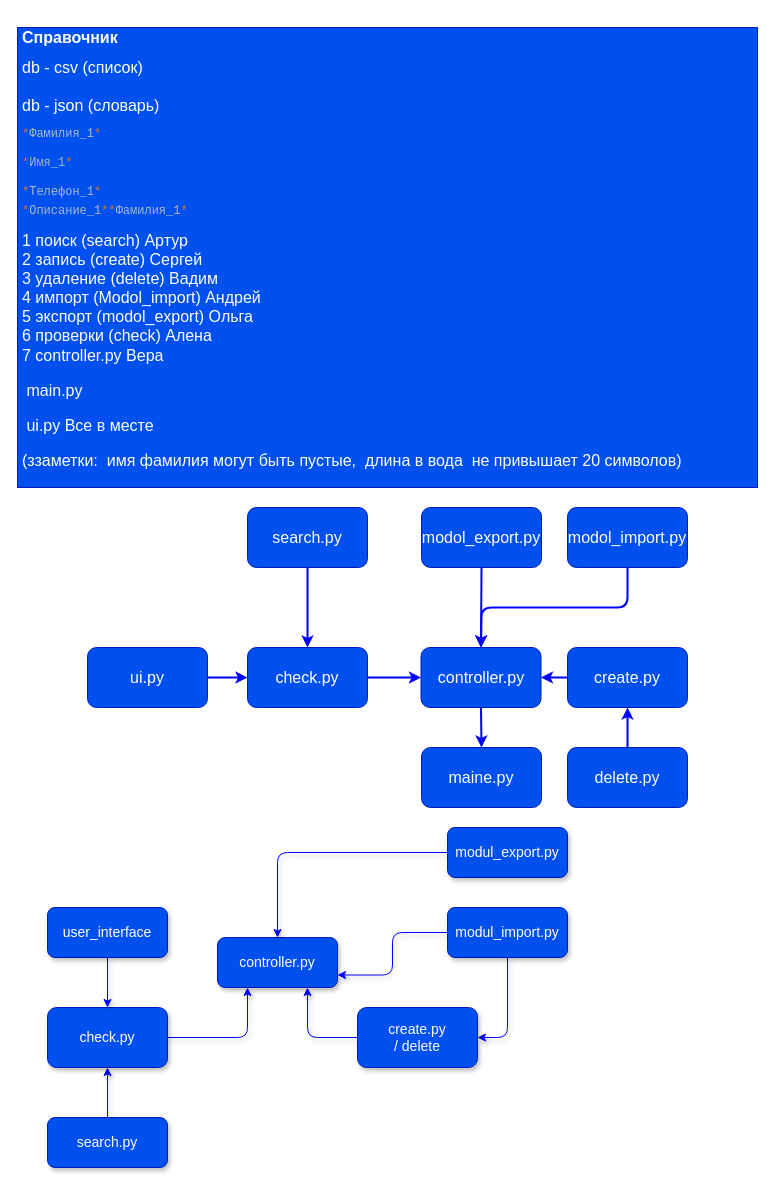
Above: Spravochnik.drawio in ivm99/My_phonebook (draw.io), before the change. Source tidied: cells renumbered, new cells numbered last; positions are measured from the earlier drawing's top-left corner, leaving out a move shared by most shapes. Both pictures are drawn from the tidied source at 100%, with x=0, y=0 at pixel (17, 27).
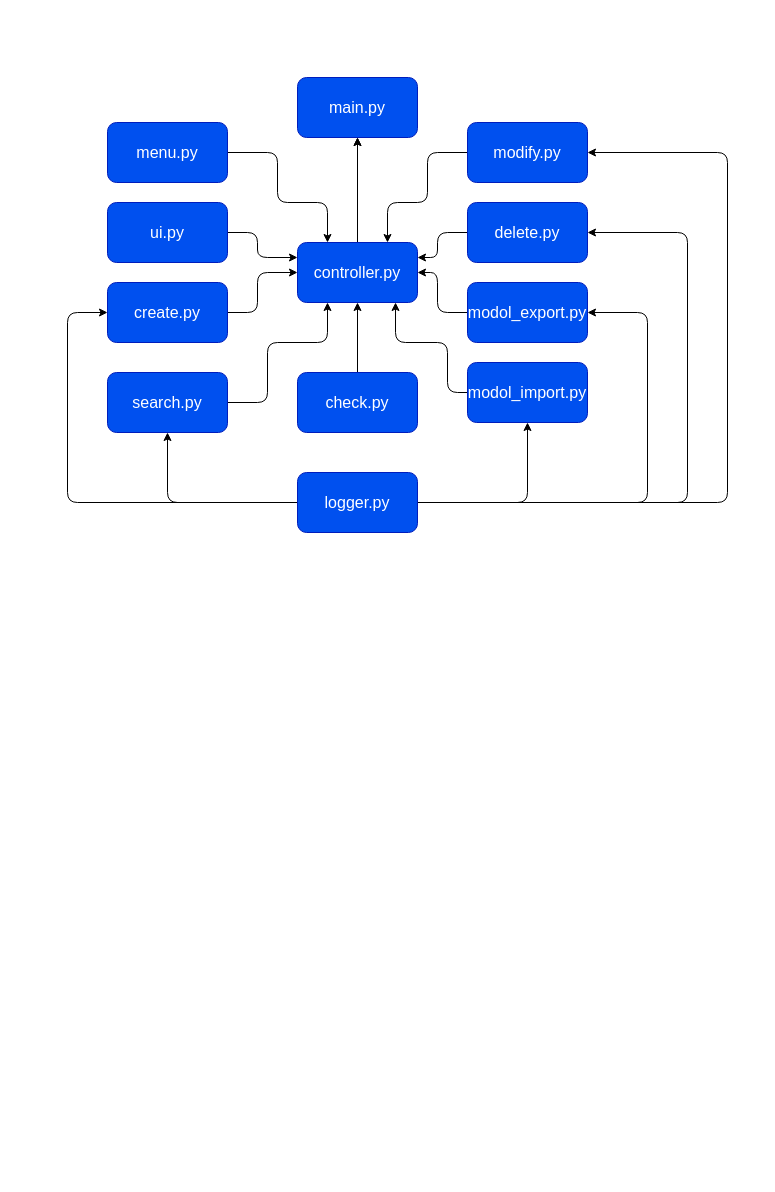
The same page after the edit.

Commit message (it also covers changes not shown here):
Обновлена диаграмма проекта

Change to the diagram source:
```diff
@@
-    <mxCell id="2" value="&lt;h1 style=&quot;font-size: 16px&quot;&gt;&lt;font style=&quot;font-size: 16px&quot;&gt;Справочник&lt;/font&gt;&lt;/h1&gt;&lt;div&gt;&lt;font style=&quot;font-size: 16px&quot;&gt;db - csv (список)&lt;/font&gt;&lt;/div&gt;&lt;div&gt;&lt;font style=&quot;font-size: 16px&quot;&gt;&lt;br&gt;&lt;/font&gt;&lt;/div&gt;&lt;div&gt;&lt;font style=&quot;font-size: 16px&quot;&gt;db - json (словарь)&amp;nbsp;&lt;/font&gt;&lt;/div&gt;&lt;pre style=&quot;color: rgb(169 , 183 , 198) ; font-family: &amp;#34;jetbrains mono&amp;#34; , monospace&quot;&gt;&lt;span style=&quot;color: #cc7832&quot;&gt;*&lt;/span&gt;Фамилия_1&lt;span style=&quot;color: #cc7832&quot;&gt;*&lt;br&gt;&lt;/span&gt;&lt;span style=&quot;color: #cc7832&quot;&gt;&lt;br&gt;&lt;/span&gt;&lt;span style=&quot;color: #cc7832&quot;&gt;*&lt;/span&gt;Имя_1&lt;span style=&quot;color: #cc7832&quot;&gt;*&lt;br&gt;&lt;/span&gt;&lt;span style=&quot;color: #cc7832&quot;&gt;&lt;br&gt;&lt;/span&gt;&lt;span style=&quot;color: #cc7832&quot;&gt;*&lt;/span&gt;Телефон_1&lt;span style=&quot;color: #cc7832&quot;&gt;*&lt;br&gt;&lt;/span&gt;&lt;font style=&quot;color: rgb(240 , 240 , 240) ; font-family: &amp;#34;helvetica&amp;#34; ; white-space: normal ; font-size: 16px&quot;&gt;&lt;span style=&quot;font-family: &amp;#34;jetbrains mono&amp;#34; , monospace ; font-size: 12px ; color: rgb(204 , 120 , 50)&quot;&gt;*&lt;/span&gt;&lt;span style=&quot;color: rgb(169 , 183 , 198) ; font-family: &amp;#34;jetbrains mono&amp;#34; , monospace ; font-size: 12px&quot;&gt;Описание_1&lt;/span&gt;&lt;span style=&quot;font-family: &amp;#34;jetbrains mono&amp;#34; , monospace ; font-size: 12px ; color: rgb(204 , 120 , 50)&quot;&gt;*&lt;/span&gt;&lt;/font&gt;&lt;span style=&quot;white-space: normal ; color: rgb(204 , 120 , 50)&quot;&gt;*&lt;/span&gt;&lt;span style=&quot;white-space: normal&quot;&gt;Фамилия_1&lt;/span&gt;&lt;span style=&quot;white-space: normal ; color: rgb(204 , 120 , 50)&quot;&gt;*&lt;/span&gt;&lt;/pre&gt;&lt;div&gt;&lt;font style=&quot;font-size: 16px&quot;&gt;1 поиск (search) Артур&lt;/font&gt;&lt;/div&gt;&lt;div&gt;&lt;font style=&quot;font-size: 16px&quot;&gt;2 запись (create) Сергей&lt;/font&gt;&lt;/div&gt;&lt;div&gt;&lt;font style=&quot;font-size: 16px&quot;&gt;3 удаление (delete) Вадим&lt;/font&gt;&lt;/div&gt;&lt;div&gt;&lt;font style=&quot;font-size: 16px&quot;&gt;4 импорт (Modol_import) Андрей&lt;/font&gt;&lt;/div&gt;&lt;div&gt;&lt;font style=&quot;font-size: 16px&quot;&gt;5 экспорт (modol_export) Ольга&lt;/font&gt;&lt;/div&gt;&lt;div&gt;&lt;font style=&quot;font-size: 16px&quot;&gt;6 проверки (check) Алена&lt;/font&gt;&lt;/div&gt;&lt;div&gt;&lt;font style=&quot;font-size: 16px&quot;&gt;7&lt;/font&gt;&lt;span style=&quot;font-size: 16px&quot;&gt;&amp;nbsp;controller.py Вера&lt;/span&gt;&lt;/div&gt;&lt;p style=&quot;font-size: 16px&quot;&gt;&lt;font style=&quot;font-size: 16px&quot;&gt;&amp;nbsp;main.py&amp;nbsp;&lt;/font&gt;&lt;/p&gt;&lt;p style=&quot;font-size: 16px&quot;&gt;&lt;font style=&quot;font-size: 16px&quot;&gt;&amp;nbsp;ui.py Все в месте&lt;/font&gt;&lt;/p&gt;&lt;p style=&quot;font-size: 16px&quot;&gt;&lt;span&gt;(ззаметки:&amp;nbsp; имя фамилия могут быть пустые,&amp;nbsp; длина в вода&amp;nbsp; не привышает 20 символов)&lt;/span&gt;&lt;br&gt;&lt;/p&gt;" style="text;html=1;strokeColor=#001DBC;fillColor=#0050ef;spacing=5;spacingTop=-20;whiteSpace=wrap;overflow=hidden;rounded=0;fontColor=#ffffff;" parent="1" vertex="1">
-      <mxGeometry width="740" height="460" as="geometry" />
-    </mxCell>
-    <mxCell id="3" style="edgeStyle=none;html=1;exitX=0.5;exitY=1;exitDx=0;exitDy=0;entryX=0.5;entryY=0;entryDx=0;entryDy=0;strokeColor=#FFFFFF;strokeWidth=2;" parent="1" edge="1" source="4" target="14">
-      <mxGeometry relative="1" as="geometry" />
-    </mxCell>
+    <mxCell id="39" style="edgeStyle=none;html=1;exitX=1;exitY=0.5;exitDx=0;exitDy=0;entryX=0.25;entryY=1;entryDx=0;entryDy=0;strokeColor=#000000;" parent="1" edge="1" source="4" target="16">
+      <mxGeometry relative="1" as="geometry">
+        <Array as="points">
+          <mxPoint x="250" y="375" />
+          <mxPoint x="250" y="315" />
+          <mxPoint x="310" y="315" />
+        </Array>
+      </mxGeometry>
+    </mxCell>
     <mxCell id="4" value="search.py" style="rounded=1;whiteSpace=wrap;html=1;fontSize=16;fillColor=#0050ef;fontColor=#FFFFFF;strokeColor=#001DBC;" parent="1" vertex="1">
-      <mxGeometry x="230" y="480" width="120" height="60" as="geometry" />
+      <mxGeometry x="90" y="345" width="120" height="60" as="geometry" />
     </mxCell>
@@
+    <mxCell id="40" style="edgeStyle=none;html=1;exitX=1;exitY=0.5;exitDx=0;exitDy=0;entryX=0;entryY=0.5;entryDx=0;entryDy=0;strokeColor=#000000;" parent="1" edge="1" source="6" target="16">
+      <mxGeometry relative="1" as="geometry">
+        <Array as="points">
+          <mxPoint x="240" y="285" />
+          <mxPoint x="240" y="245" />
+        </Array>
+      </mxGeometry>
+    </mxCell>
     <mxCell id="6" value="create.py" style="rounded=1;whiteSpace=wrap;html=1;fontSize=16;fillColor=#0050ef;fontColor=#FFFFFF;strokeColor=#001DBC;" parent="1" vertex="1">
-      <mxGeometry x="550" y="620" width="120" height="60" as="geometry" />
+      <mxGeometry x="90" y="255" width="120" height="60" as="geometry" />
     </mxCell>
-    <mxCell id="7" style="edgeStyle=none;html=1;exitX=0.5;exitY=0;exitDx=0;exitDy=0;entryX=0.5;entryY=1;entryDx=0;entryDy=0;strokeColor=#0000FF;strokeWidth=2;" parent="1" edge="1" source="8" target="6">
-      <mxGeometry relative="1" as="geometry" />
-    </mxCell>
+    <mxCell id="41" style="edgeStyle=none;html=1;exitX=0;exitY=0.5;exitDx=0;exitDy=0;entryX=1;entryY=0.25;entryDx=0;entryDy=0;strokeColor=#000000;" parent="1" edge="1" source="8" target="16">
+      <mxGeometry relative="1" as="geometry">
+        <Array as="points">
+          <mxPoint x="420" y="205" />
+          <mxPoint x="420" y="230" />
+        </Array>
+      </mxGeometry>
+    </mxCell>
     <mxCell id="8" value="delete.py" style="rounded=1;whiteSpace=wrap;html=1;fontSize=16;fillColor=#0050ef;fontColor=#FFFFFF;strokeColor=#001DBC;" parent="1" vertex="1">
-      <mxGeometry x="550" y="720" width="120" height="60" as="geometry" />
+      <mxGeometry x="450" y="175" width="120" height="60" as="geometry" />
     </mxCell>
-    <mxCell id="9" style="edgeStyle=none;html=1;exitX=0.5;exitY=1;exitDx=0;exitDy=0;entryX=0.5;entryY=0;entryDx=0;entryDy=0;strokeColor=#FFFFFF;strokeWidth=2;" parent="1" edge="1" source="10" target="16">
+    <mxCell id="9" style="edgeStyle=none;html=1;exitX=0;exitY=0.5;exitDx=0;exitDy=0;entryX=0.817;entryY=1;entryDx=0;entryDy=0;strokeColor=#000000;entryPerimeter=0;" parent="1" edge="1" source="10" target="16">
       <mxGeometry relative="1" as="geometry">
         <Array as="points">
-          <mxPoint x="610" y="580" />
-          <mxPoint x="464" y="580" />
+          <mxPoint x="430" y="365" />
+          <mxPoint x="430" y="315" />
+          <mxPoint x="378" y="315" />
         </Array>
       </mxGeometry>
     </mxCell>
     <mxCell id="10" value="modol_import.py" style="rounded=1;whiteSpace=wrap;html=1;fontSize=16;fillColor=#0050ef;fontColor=#FFFFFF;strokeColor=#001DBC;" parent="1" vertex="1">
-      <mxGeometry x="550" y="480" width="120" height="60" as="geometry" />
+      <mxGeometry x="450" y="335" width="120" height="60" as="geometry" />
     </mxCell>
-    <mxCell id="11" style="edgeStyle=none;html=1;exitX=0.5;exitY=1;exitDx=0;exitDy=0;entryX=0.5;entryY=0;entryDx=0;entryDy=0;strokeColor=#FFFFFF;strokeWidth=2;" parent="1" edge="1" source="12" target="16">
-      <mxGeometry relative="1" as="geometry" />
+    <mxCell id="11" style="edgeStyle=none;html=1;exitX=0;exitY=0.5;exitDx=0;exitDy=0;entryX=1;entryY=0.5;entryDx=0;entryDy=0;strokeColor=#000000;" parent="1" edge="1" source="12" target="16">
+      <mxGeometry relative="1" as="geometry">
+        <Array as="points">
+          <mxPoint x="420" y="285" />
+          <mxPoint x="420" y="245" />
+        </Array>
+      </mxGeometry>
     </mxCell>
     <mxCell id="12" value="modol_export.py" style="rounded=1;whiteSpace=wrap;html=1;fontSize=16;fillColor=#0050ef;fontColor=#FFFFFF;strokeColor=#001DBC;" parent="1" vertex="1">
-      <mxGeometry x="404" y="480" width="120" height="60" as="geometry" />
+      <mxGeometry x="450" y="255" width="120" height="60" as="geometry" />
     </mxCell>
-    <mxCell id="13" style="edgeStyle=none;html=1;exitX=1;exitY=0.5;exitDx=0;exitDy=0;entryX=0;entryY=0.5;entryDx=0;entryDy=0;strokeColor=#FFFFFF;strokeWidth=2;" parent="1" edge="1" source="14" target="16">
+    <mxCell id="13" style="edgeStyle=none;html=1;exitX=0.5;exitY=0;exitDx=0;exitDy=0;entryX=0.5;entryY=1;entryDx=0;entryDy=0;strokeColor=#000000;" parent="1" edge="1" source="14" target="16">
       <mxGeometry relative="1" as="geometry" />
     </mxCell>
     <mxCell id="14" value="check.py" style="rounded=1;whiteSpace=wrap;html=1;fontSize=16;fillColor=#0050ef;fontColor=#FFFFFF;strokeColor=#001DBC;" parent="1" vertex="1">
-      <mxGeometry x="230" y="620" width="120" height="60" as="geometry" />
+      <mxGeometry x="280" y="345" width="120" height="60" as="geometry" />
     </mxCell>
-    <mxCell id="15" style="edgeStyle=none;html=1;exitX=0.5;exitY=1;exitDx=0;exitDy=0;entryX=0.5;entryY=0;entryDx=0;entryDy=0;strokeColor=#0000FF;strokeWidth=2;" parent="1" edge="1" source="16" target="17">
-      <mxGeometry relative="1" as="geometry" />
-    </mxCell>
+    <mxCell id="42" style="edgeStyle=none;html=1;entryX=0.5;entryY=1;entryDx=0;entryDy=0;" parent="1" edge="1" source="16" target="17">
+      <mxGeometry relative="1" as="geometry" />
+    </mxCell>
+    <mxCell id="43" style="edgeStyle=none;html=1;exitX=0.5;exitY=0;exitDx=0;exitDy=0;entryX=0.5;entryY=1;entryDx=0;entryDy=0;strokeColor=#000000;" parent="1" edge="1" source="16" target="17">
+      <mxGeometry relative="1" as="geometry" />
+    </mxCell>
     <mxCell id="16" value="controller.py" style="rounded=1;whiteSpace=wrap;html=1;fontSize=16;fillColor=#0050ef;fontColor=#FFFFFF;strokeColor=#001DBC;" parent="1" vertex="1">
-      <mxGeometry x="403.5" y="620" width="120" height="60" as="geometry" />
+      <mxGeometry x="280" y="215" width="120" height="60" as="geometry" />
     </mxCell>
-    <mxCell id="17" value="maine.py" style="rounded=1;whiteSpace=wrap;html=1;fontSize=16;fillColor=#0050ef;fontColor=#FFFFFF;strokeColor=#001DBC;" parent="1" vertex="1">
-      <mxGeometry x="404" y="720" width="120" height="60" as="geometry" />
+    <mxCell id="17" value="main.py" style="rounded=1;whiteSpace=wrap;html=1;fontSize=16;fillColor=#0050ef;fontColor=#FFFFFF;strokeColor=#001DBC;" parent="1" vertex="1">
+      <mxGeometry x="280" y="50" width="120" height="60" as="geometry" />
     </mxCell>
-    <mxCell id="18" style="edgeStyle=none;html=1;exitX=1;exitY=0.5;exitDx=0;exitDy=0;strokeColor=#0000FF;strokeWidth=2;" parent="1" edge="1" source="19" target="14">
-      <mxGeometry relative="1" as="geometry" />
-    </mxCell>
+    <mxCell id="44" style="edgeStyle=none;html=1;exitX=1;exitY=0.5;exitDx=0;exitDy=0;entryX=0;entryY=0.25;entryDx=0;entryDy=0;strokeColor=#000000;" parent="1" edge="1" source="19" target="16">
+      <mxGeometry relative="1" as="geometry">
+        <Array as="points">
+          <mxPoint x="240" y="205" />
+          <mxPoint x="240" y="230" />
+        </Array>
+      </mxGeometry>
+    </mxCell>
     <mxCell id="19" value="ui.py" style="rounded=1;whiteSpace=wrap;html=1;fontSize=16;fillColor=#0050ef;fontColor=#FFFFFF;strokeColor=#001DBC;" parent="1" vertex="1">
-      <mxGeometry x="70" y="620" width="120" height="60" as="geometry" />
+      <mxGeometry x="90" y="175" width="120" height="60" as="geometry" />
     </mxCell>
-    <mxCell id="20" value="controller.py" style="rounded=1;whiteSpace=wrap;html=1;fillColor=#0050ef;fontColor=#FFFFFF;strokeColor=#001DBC;fontSize=14;shadow=1;sketch=0;" parent="1" vertex="1">
-      <mxGeometry x="200" y="910" width="120" height="50" as="geometry" />
-    </mxCell>
-    <mxCell id="21" style="edgeStyle=orthogonalEdgeStyle;rounded=1;jettySize=auto;html=1;entryX=0.5;entryY=1;entryDx=0;entryDy=0;fontColor=#FFFFFF;fillColor=#0050ef;strokeColor=#0000FF;fontSize=14;shadow=1;sketch=0;" parent="1" edge="1" source="22" target="24">
-      <mxGeometry relative="1" as="geometry" />
-    </mxCell>
-    <mxCell id="22" value="search.py" style="rounded=1;whiteSpace=wrap;html=1;fillColor=#0050ef;fontColor=#FFFFFF;strokeColor=#001DBC;fontSize=14;shadow=1;sketch=0;" parent="1" vertex="1">
-      <mxGeometry x="30" y="1090" width="120" height="50" as="geometry" />
-    </mxCell>
-    <mxCell id="23" style="edgeStyle=orthogonalEdgeStyle;rounded=1;jettySize=auto;html=1;entryX=0.25;entryY=1;entryDx=0;entryDy=0;fontColor=#FFFFFF;fillColor=#0050ef;strokeColor=#0000FF;fontSize=14;shadow=1;sketch=0;" parent="1" edge="1" source="24" target="20">
-      <mxGeometry relative="1" as="geometry" />
-    </mxCell>
-    <mxCell id="24" value="&lt;font style=&quot;font-size: 14px;&quot;&gt;check.py&lt;/font&gt;" style="rounded=1;whiteSpace=wrap;html=1;fontColor=#FFFFFF;fillColor=#0050ef;strokeColor=#001DBC;fontSize=14;shadow=1;sketch=0;" parent="1" vertex="1">
-      <mxGeometry x="30" y="980" width="120" height="60" as="geometry" />
-    </mxCell>
-    <mxCell id="25" style="edgeStyle=orthogonalEdgeStyle;rounded=1;jettySize=auto;html=1;entryX=0.5;entryY=0;entryDx=0;entryDy=0;fontColor=#FFFFFF;fillColor=#0050ef;strokeColor=#0000FF;fontSize=14;shadow=1;sketch=0;" parent="1" edge="1" source="26" target="24">
-      <mxGeometry relative="1" as="geometry" />
-    </mxCell>
-    <mxCell id="26" value="user_interface" style="rounded=1;whiteSpace=wrap;html=1;fontColor=#FFFFFF;fillColor=#0050ef;strokeColor=#001DBC;fontSize=14;shadow=1;sketch=0;" parent="1" vertex="1">
-      <mxGeometry x="30" y="880" width="120" height="50" as="geometry" />
-    </mxCell>
-    <mxCell id="27" style="edgeStyle=orthogonalEdgeStyle;rounded=1;jettySize=auto;html=1;entryX=1;entryY=0.75;entryDx=0;entryDy=0;fontColor=#FFFFFF;fillColor=#0050ef;strokeColor=#0000FF;fontSize=14;shadow=1;sketch=0;" parent="1" edge="1" source="29" target="20">
-      <mxGeometry relative="1" as="geometry" />
-    </mxCell>
-    <mxCell id="28" style="edgeStyle=orthogonalEdgeStyle;rounded=1;jettySize=auto;html=1;entryX=1;entryY=0.5;entryDx=0;entryDy=0;fontColor=#FFFFFF;fillColor=#0050ef;strokeColor=#0000FF;fontSize=14;shadow=1;sketch=0;" parent="1" edge="1" source="29" target="33">
-      <mxGeometry relative="1" as="geometry" />
-    </mxCell>
-    <mxCell id="29" value="modul_import.py" style="rounded=1;whiteSpace=wrap;html=1;fontColor=#FFFFFF;fillColor=#0050ef;strokeColor=#001DBC;fontSize=14;shadow=1;sketch=0;" parent="1" vertex="1">
-      <mxGeometry x="430" y="880" width="120" height="50" as="geometry" />
-    </mxCell>
-    <mxCell id="30" style="edgeStyle=orthogonalEdgeStyle;rounded=1;jettySize=auto;html=1;exitX=0;exitY=0.5;exitDx=0;exitDy=0;entryX=0.5;entryY=0;entryDx=0;entryDy=0;fontColor=#FFFFFF;fillColor=#0050ef;strokeColor=#0000FF;fontSize=14;shadow=1;sketch=0;" parent="1" edge="1" source="31" target="20">
-      <mxGeometry relative="1" as="geometry" />
-    </mxCell>
-    <mxCell id="31" value="modul_export.py" style="rounded=1;whiteSpace=wrap;html=1;fontColor=#FFFFFF;fillColor=#0050ef;strokeColor=#001DBC;fontSize=14;shadow=1;sketch=0;" parent="1" vertex="1">
-      <mxGeometry x="430" y="800" width="120" height="50" as="geometry" />
-    </mxCell>
-    <mxCell id="32" style="edgeStyle=orthogonalEdgeStyle;rounded=1;jettySize=auto;html=1;entryX=0.75;entryY=1;entryDx=0;entryDy=0;fontColor=#FFFFFF;fillColor=#0050ef;strokeColor=#0000FF;fontSize=14;shadow=1;sketch=0;" parent="1" edge="1" source="33" target="20">
-      <mxGeometry relative="1" as="geometry" />
-    </mxCell>
-    <mxCell id="33" value="create.py&lt;br style=&quot;font-size: 14px;&quot;&gt;/ delete" style="rounded=1;whiteSpace=wrap;html=1;fontColor=#FFFFFF;fillColor=#0050ef;strokeColor=#001DBC;fontSize=14;shadow=1;sketch=0;" parent="1" vertex="1">
-      <mxGeometry x="340" y="980" width="120" height="60" as="geometry" />
-    </mxCell>
-    <mxCell id="34" style="edgeStyle=none;html=1;exitX=0.5;exitY=1;exitDx=0;exitDy=0;entryX=0.5;entryY=0;entryDx=0;entryDy=0;strokeColor=#0000FF;strokeWidth=2;" parent="1" edge="1">
-      <mxGeometry relative="1" as="geometry">
-        <mxPoint x="290" y="540" as="sourcePoint" />
-        <mxPoint x="290" y="620" as="targetPoint" />
-      </mxGeometry>
-    </mxCell>
-    <mxCell id="35" style="edgeStyle=none;html=1;exitX=0.5;exitY=1;exitDx=0;exitDy=0;entryX=0.5;entryY=0;entryDx=0;entryDy=0;strokeColor=#0000FF;strokeWidth=2;" parent="1" edge="1">
-      <mxGeometry relative="1" as="geometry">
-        <mxPoint x="464" y="540" as="sourcePoint" />
-        <mxPoint x="463.5" y="620" as="targetPoint" />
-      </mxGeometry>
-    </mxCell>
-    <mxCell id="36" style="edgeStyle=none;html=1;exitX=0.5;exitY=1;exitDx=0;exitDy=0;entryX=0.5;entryY=0;entryDx=0;entryDy=0;strokeColor=#0000FF;strokeWidth=2;" parent="1" edge="1">
-      <mxGeometry relative="1" as="geometry">
-        <mxPoint x="610" y="540" as="sourcePoint" />
-        <mxPoint x="463.5" y="620" as="targetPoint" />
-        <Array as="points">
-          <mxPoint x="610" y="580" />
-          <mxPoint x="464" y="580" />
-        </Array>
-      </mxGeometry>
-    </mxCell>
-    <mxCell id="37" style="edgeStyle=none;html=1;exitX=0;exitY=0.5;exitDx=0;exitDy=0;entryX=1;entryY=0.5;entryDx=0;entryDy=0;strokeColor=#0000FF;strokeWidth=2;" parent="1" edge="1">
-      <mxGeometry relative="1" as="geometry">
-        <mxPoint x="550" y="650" as="sourcePoint" />
-        <mxPoint x="523.5" y="650" as="targetPoint" />
-      </mxGeometry>
-    </mxCell>
-    <mxCell id="38" style="edgeStyle=none;html=1;exitX=1;exitY=0.5;exitDx=0;exitDy=0;entryX=0;entryY=0.5;entryDx=0;entryDy=0;strokeColor=#0000FF;strokeWidth=2;" parent="1" edge="1">
-      <mxGeometry relative="1" as="geometry">
-        <mxPoint x="350" y="650" as="sourcePoint" />
-        <mxPoint x="403.5" y="650" as="targetPoint" />
-      </mxGeometry>
-    </mxCell>
+    <mxCell id="45" style="edgeStyle=none;html=1;exitX=1;exitY=0.5;exitDx=0;exitDy=0;entryX=0.25;entryY=0;entryDx=0;entryDy=0;strokeColor=#000000;" parent="1" edge="1" source="46" target="16">
+      <mxGeometry relative="1" as="geometry">
+        <Array as="points">
+          <mxPoint x="260" y="125" />
+          <mxPoint x="260" y="175" />
+          <mxPoint x="310" y="175" />
+        </Array>
+      </mxGeometry>
+    </mxCell>
+    <mxCell id="46" value="menu.py" style="rounded=1;whiteSpace=wrap;html=1;fontSize=16;fillColor=#0050ef;fontColor=#FFFFFF;strokeColor=#001DBC;" parent="1" vertex="1">
+      <mxGeometry x="90" y="95" width="120" height="60" as="geometry" />
+    </mxCell>
+    <mxCell id="47" style="edgeStyle=none;html=1;entryX=0.5;entryY=1;entryDx=0;entryDy=0;strokeColor=#000000;" parent="1" edge="1" source="53" target="10">
+      <mxGeometry relative="1" as="geometry">
+        <Array as="points">
+          <mxPoint x="510" y="475" />
+        </Array>
+      </mxGeometry>
+    </mxCell>
+    <mxCell id="48" style="edgeStyle=none;html=1;entryX=1;entryY=0.5;entryDx=0;entryDy=0;strokeColor=#000000;" parent="1" edge="1" source="53" target="12">
+      <mxGeometry relative="1" as="geometry">
+        <Array as="points">
+          <mxPoint x="630" y="475" />
+          <mxPoint x="630" y="285" />
+        </Array>
+      </mxGeometry>
+    </mxCell>
+    <mxCell id="49" style="edgeStyle=none;html=1;exitX=1;exitY=0.5;exitDx=0;exitDy=0;entryX=1;entryY=0.5;entryDx=0;entryDy=0;strokeColor=#000000;" parent="1" edge="1" source="53" target="8">
+      <mxGeometry relative="1" as="geometry">
+        <Array as="points">
+          <mxPoint x="670" y="475" />
+          <mxPoint x="670" y="205" />
+        </Array>
+      </mxGeometry>
+    </mxCell>
+    <mxCell id="50" style="edgeStyle=none;html=1;exitX=1;exitY=0.5;exitDx=0;exitDy=0;entryX=1;entryY=0.5;entryDx=0;entryDy=0;strokeColor=#000000;" parent="1" edge="1" source="53" target="55">
+      <mxGeometry relative="1" as="geometry">
+        <Array as="points">
+          <mxPoint x="710" y="475" />
+          <mxPoint x="710" y="125" />
+        </Array>
+      </mxGeometry>
+    </mxCell>
+    <mxCell id="51" style="edgeStyle=none;html=1;exitX=0;exitY=0.5;exitDx=0;exitDy=0;entryX=0.5;entryY=1;entryDx=0;entryDy=0;strokeColor=#000000;" parent="1" edge="1" source="53" target="4">
+      <mxGeometry relative="1" as="geometry">
+        <Array as="points">
+          <mxPoint x="150" y="475" />
+        </Array>
+      </mxGeometry>
+    </mxCell>
+    <mxCell id="52" style="edgeStyle=none;html=1;exitX=0;exitY=0.5;exitDx=0;exitDy=0;entryX=0;entryY=0.5;entryDx=0;entryDy=0;strokeColor=#000000;" parent="1" edge="1" source="53" target="6">
+      <mxGeometry relative="1" as="geometry">
+        <Array as="points">
+          <mxPoint x="50" y="475" />
+          <mxPoint x="50" y="285" />
+        </Array>
+      </mxGeometry>
+    </mxCell>
+    <mxCell id="53" value="logger.py" style="rounded=1;whiteSpace=wrap;html=1;fontSize=16;fillColor=#0050ef;fontColor=#FFFFFF;strokeColor=#001DBC;" parent="1" vertex="1">
+      <mxGeometry x="280" y="445" width="120" height="60" as="geometry" />
+    </mxCell>
+    <mxCell id="54" style="edgeStyle=none;html=1;exitX=0;exitY=0.5;exitDx=0;exitDy=0;entryX=0.75;entryY=0;entryDx=0;entryDy=0;strokeColor=#000000;" parent="1" edge="1" source="55" target="16">
+      <mxGeometry relative="1" as="geometry">
+        <Array as="points">
+          <mxPoint x="410" y="125" />
+          <mxPoint x="410" y="175" />
+          <mxPoint x="370" y="175" />
+        </Array>
+      </mxGeometry>
+    </mxCell>
+    <mxCell id="55" value="modify.py" style="rounded=1;whiteSpace=wrap;html=1;fontSize=16;fillColor=#0050ef;fontColor=#FFFFFF;strokeColor=#001DBC;" parent="1" vertex="1">
+      <mxGeometry x="450" y="95" width="120" height="60" as="geometry" />
+    </mxCell>
```
